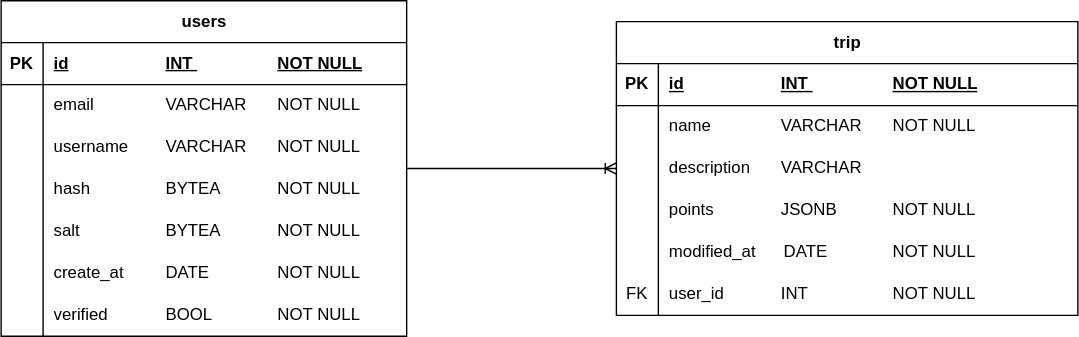
Optimize-The-Drive/Docs keeps this draw.io diagram as OTD_Schema.drawio.svg. Above is the earlier version. Source tidied: cells renumbered, new cells last; positions are measured from the earlier drawing's top-left corner, leaving out a move shared by most shapes.
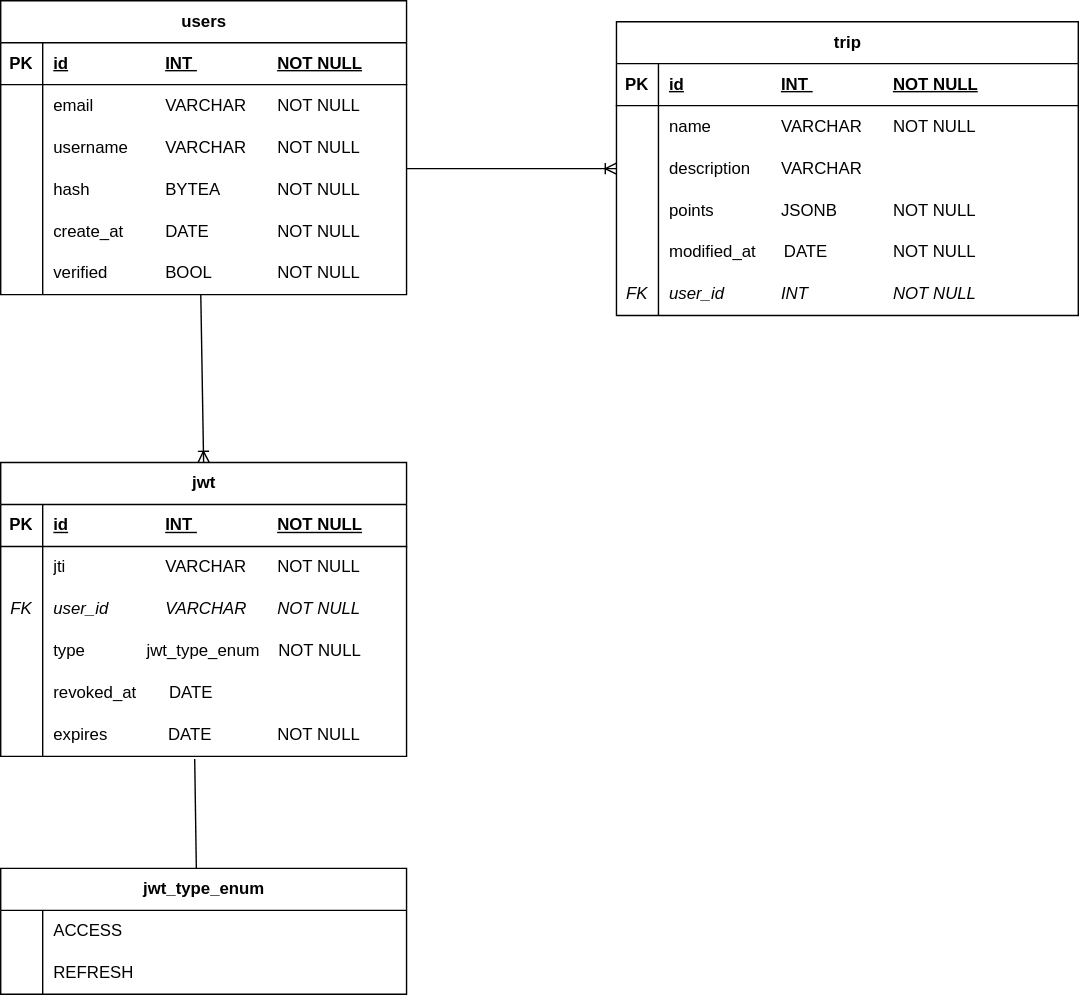
The same diagram one commit later.

Commit message:
Added jwt schema

What changed in the source:
```diff
@@ -3,7 +3,7 @@
     <mxCell id="0" />
     <mxCell id="1" parent="0" />
     <mxCell id="2" value="users" style="shape=table;startSize=30;rowLines=0;fontStyle=1;align=center;html=1;" parent="1" vertex="1">
-      <mxGeometry width="290" height="240" as="geometry" />
+      <mxGeometry width="290" height="210" as="geometry" />
     </mxCell>
     <mxCell id="3" style="shape=tableRow;horizontal=0;startSize=0;swimlaneHead=0;swimlaneBody=0;fillColor=none;top=0;left=0;right=0;bottom=1;" parent="2" vertex="1">
       <mxGeometry y="30" width="290" height="30" as="geometry" />
@@ -41,17 +41,8 @@
     <mxCell id="14" value="hash&lt;span style=&quot;white-space: pre;&quot;&gt;&#9;&lt;/span&gt;&lt;span style=&quot;white-space: pre;&quot;&gt;&#9;&lt;/span&gt;BYTEA&amp;nbsp;&lt;span style=&quot;white-space: pre;&quot;&gt;&#9;&lt;/span&gt;&lt;span style=&quot;white-space: pre;&quot;&gt;&#9;&lt;/span&gt;NOT NULL" style="shape=partialRectangle;fillColor=none;top=0;left=0;bottom=0;right=0;align=left;spacingLeft=6;overflow=hidden;whiteSpace=wrap;html=1;" parent="12" vertex="1">
       <mxGeometry x="30" width="260" height="30" as="geometry" />
     </mxCell>
-    <mxCell id="15" style="shape=tableRow;horizontal=0;startSize=0;swimlaneHead=0;swimlaneBody=0;fillColor=none;top=0;left=0;right=0;bottom=0;" parent="2" vertex="1">
-      <mxGeometry y="150" width="290" height="30" as="geometry" />
-    </mxCell>
-    <mxCell id="16" style="shape=partialRectangle;fillColor=none;top=0;left=0;bottom=0;right=0;overflow=hidden;whiteSpace=wrap;html=1;" parent="15" vertex="1">
-      <mxGeometry width="30" height="30" as="geometry" />
-    </mxCell>
-    <mxCell id="17" value="salt&lt;span style=&quot;white-space: pre;&quot;&gt;&#9;&lt;/span&gt;&lt;span style=&quot;white-space: pre;&quot;&gt;&#9;&lt;/span&gt;&lt;span style=&quot;white-space: pre;&quot;&gt;&#9;&lt;/span&gt;BYTEA&amp;nbsp;&lt;span style=&quot;white-space: pre;&quot;&gt;&#9;&lt;/span&gt;&lt;span style=&quot;white-space: pre;&quot;&gt;&#9;&lt;/span&gt;NOT NULL" style="shape=partialRectangle;fillColor=none;top=0;left=0;bottom=0;right=0;align=left;spacingLeft=6;overflow=hidden;whiteSpace=wrap;html=1;" parent="15" vertex="1">
-      <mxGeometry x="30" width="260" height="30" as="geometry" />
-    </mxCell>
     <mxCell id="18" style="shape=tableRow;horizontal=0;startSize=0;swimlaneHead=0;swimlaneBody=0;fillColor=none;top=0;left=0;right=0;bottom=0;" parent="2" vertex="1">
-      <mxGeometry y="180" width="290" height="30" as="geometry" />
+      <mxGeometry y="150" width="290" height="30" as="geometry" />
     </mxCell>
     <mxCell id="19" style="shape=partialRectangle;fillColor=none;top=0;left=0;bottom=0;right=0;overflow=hidden;whiteSpace=wrap;html=1;" parent="18" vertex="1">
       <mxGeometry width="30" height="30" as="geometry" />
@@ -60,7 +51,7 @@
       <mxGeometry x="30" width="260" height="30" as="geometry" />
     </mxCell>
     <mxCell id="21" style="shape=tableRow;horizontal=0;startSize=0;swimlaneHead=0;swimlaneBody=0;fillColor=none;points=[[0,0.5],[1,0.5]];portConstraint=eastwest;top=0;left=0;right=0;bottom=0;" parent="2" vertex="1">
-      <mxGeometry y="210" width="290" height="30" as="geometry" />
+      <mxGeometry y="180" width="290" height="30" as="geometry" />
     </mxCell>
     <mxCell id="22" style="shape=partialRectangle;fillColor=none;top=0;left=0;bottom=0;right=0;overflow=hidden;whiteSpace=wrap;html=1;" parent="21" vertex="1">
       <mxGeometry width="30" height="30" as="geometry" />
@@ -119,10 +110,10 @@
     <mxCell id="40" style="shape=tableRow;horizontal=0;startSize=0;swimlaneHead=0;swimlaneBody=0;fillColor=none;top=0;left=0;right=0;bottom=0;" parent="24" vertex="1">
       <mxGeometry y="180" width="330" height="30" as="geometry" />
     </mxCell>
-    <mxCell id="41" value="FK" style="shape=partialRectangle;fillColor=none;top=0;left=0;bottom=0;right=0;overflow=hidden;whiteSpace=wrap;html=1;" parent="40" vertex="1">
+    <mxCell id="41" value="&lt;i&gt;FK&lt;/i&gt;" style="shape=partialRectangle;fillColor=none;top=0;left=0;bottom=0;right=0;overflow=hidden;whiteSpace=wrap;html=1;" parent="40" vertex="1">
       <mxGeometry width="30" height="30" as="geometry" />
     </mxCell>
-    <mxCell id="42" value="user_id&lt;span style=&quot;white-space: pre;&quot;&gt;&#9;&lt;/span&gt;&lt;span style=&quot;white-space: pre;&quot;&gt;&#9;&lt;/span&gt;INT&lt;span style=&quot;white-space: pre;&quot;&gt;&#9;&lt;/span&gt;&lt;span style=&quot;white-space: pre;&quot;&gt;&#9;&lt;/span&gt;&lt;span style=&quot;white-space: pre;&quot;&gt;&#9;&lt;/span&gt;NOT NULL" style="shape=partialRectangle;fillColor=none;top=0;left=0;bottom=0;right=0;align=left;spacingLeft=6;overflow=hidden;whiteSpace=wrap;html=1;" parent="40" vertex="1">
+    <mxCell id="42" value="&lt;i&gt;user_id&lt;span style=&quot;white-space: pre;&quot;&gt;&#9;&lt;/span&gt;&lt;span style=&quot;white-space: pre;&quot;&gt;&#9;&lt;/span&gt;INT&lt;span style=&quot;white-space: pre;&quot;&gt;&#9;&lt;/span&gt;&lt;span style=&quot;white-space: pre;&quot;&gt;&#9;&lt;/span&gt;&lt;span style=&quot;white-space: pre;&quot;&gt;&#9;&lt;/span&gt;NOT NULL&lt;/i&gt;" style="shape=partialRectangle;fillColor=none;top=0;left=0;bottom=0;right=0;align=left;spacingLeft=6;overflow=hidden;whiteSpace=wrap;html=1;" parent="40" vertex="1">
       <mxGeometry x="30" width="300" height="30" as="geometry" />
     </mxCell>
     <mxCell id="43" style="edgeStyle=entityRelationEdgeStyle;fontSize=12;html=1;endArrow=ERoneToMany;rounded=0;exitX=0.993;exitY=-0.018;exitDx=0;exitDy=0;exitPerimeter=0;entryX=0;entryY=0.5;entryDx=0;entryDy=0;" parent="1" edge="1" target="31">
@@ -134,5 +125,89 @@
         </Array>
       </mxGeometry>
     </mxCell>
+    <mxCell id="44" value="jwt" style="shape=table;startSize=30;rowLines=0;fontStyle=1;align=center;html=1;" parent="1" vertex="1">
+      <mxGeometry y="330" width="290" height="210" as="geometry" />
+    </mxCell>
+    <mxCell id="45" style="shape=tableRow;horizontal=0;startSize=0;swimlaneHead=0;swimlaneBody=0;fillColor=none;top=0;left=0;right=0;bottom=1;" parent="44" vertex="1">
+      <mxGeometry y="30" width="290" height="30" as="geometry" />
+    </mxCell>
+    <mxCell id="46" value="PK" style="shape=partialRectangle;fillColor=none;top=0;left=0;bottom=0;right=0;fontStyle=1;overflow=hidden;whiteSpace=wrap;html=1;" parent="45" vertex="1">
+      <mxGeometry width="30" height="30" as="geometry" />
+    </mxCell>
+    <mxCell id="47" value="id&lt;span style=&quot;white-space: pre;&quot;&gt;&#9;&lt;span style=&quot;white-space: pre;&quot;&gt;&#9;&lt;/span&gt;&lt;span style=&quot;white-space: pre;&quot;&gt;&#9;&lt;/span&gt;&lt;/span&gt;INT&amp;nbsp;&lt;span style=&quot;white-space: pre;&quot;&gt;&#9;&lt;/span&gt;&lt;span style=&quot;white-space: pre;&quot;&gt;&#9;&lt;/span&gt;&lt;span style=&quot;white-space: pre;&quot;&gt;&#9;&lt;/span&gt;NOT NULL" style="shape=partialRectangle;fillColor=none;top=0;left=0;bottom=0;right=0;align=left;spacingLeft=6;fontStyle=5;overflow=hidden;whiteSpace=wrap;html=1;" parent="45" vertex="1">
+      <mxGeometry x="30" width="260" height="30" as="geometry" />
+    </mxCell>
+    <mxCell id="48" style="shape=tableRow;horizontal=0;startSize=0;swimlaneHead=0;swimlaneBody=0;fillColor=none;top=0;left=0;right=0;bottom=0;" parent="44" vertex="1">
+      <mxGeometry y="60" width="290" height="30" as="geometry" />
+    </mxCell>
+    <mxCell id="49" style="shape=partialRectangle;fillColor=none;top=0;left=0;bottom=0;right=0;overflow=hidden;whiteSpace=wrap;html=1;" parent="48" vertex="1">
+      <mxGeometry width="30" height="30" as="geometry" />
+    </mxCell>
+    <mxCell id="50" value="jti &lt;span style=&quot;white-space: pre;&quot;&gt;&#9;&lt;/span&gt;&lt;span style=&quot;white-space: pre;&quot;&gt;&#9;&lt;/span&gt;&lt;span style=&quot;white-space: pre;&quot;&gt;&#9;&lt;/span&gt;VARCHAR&lt;span style=&quot;white-space: pre;&quot;&gt;&#9;&lt;/span&gt;NOT NULL" style="shape=partialRectangle;fillColor=none;top=0;left=0;bottom=0;right=0;align=left;spacingLeft=6;overflow=hidden;whiteSpace=wrap;html=1;" parent="48" vertex="1">
+      <mxGeometry x="30" width="260" height="30" as="geometry" />
+    </mxCell>
+    <mxCell id="51" style="shape=tableRow;horizontal=0;startSize=0;swimlaneHead=0;swimlaneBody=0;fillColor=none;top=0;left=0;right=0;bottom=0;" parent="44" vertex="1">
+      <mxGeometry y="90" width="290" height="30" as="geometry" />
+    </mxCell>
+    <mxCell id="52" value="&lt;i&gt;FK&lt;/i&gt;" style="shape=partialRectangle;fillColor=none;top=0;left=0;bottom=0;right=0;overflow=hidden;whiteSpace=wrap;html=1;" parent="51" vertex="1">
+      <mxGeometry width="30" height="30" as="geometry" />
+    </mxCell>
+    <mxCell id="53" value="&lt;i&gt;user_id&amp;nbsp;&lt;span style=&quot;white-space: pre;&quot;&gt;&#9;&lt;/span&gt;&lt;span style=&quot;white-space: pre;&quot;&gt;&#9;&lt;/span&gt;VARCHAR&lt;span style=&quot;white-space: pre;&quot;&gt;&#9;&lt;/span&gt;NOT NULL&lt;/i&gt;" style="shape=partialRectangle;fillColor=none;top=0;left=0;bottom=0;right=0;align=left;spacingLeft=6;overflow=hidden;whiteSpace=wrap;html=1;" parent="51" vertex="1">
+      <mxGeometry x="30" width="260" height="30" as="geometry" />
+    </mxCell>
+    <mxCell id="54" style="shape=tableRow;horizontal=0;startSize=0;swimlaneHead=0;swimlaneBody=0;fillColor=none;top=0;left=0;right=0;bottom=0;" parent="44" vertex="1">
+      <mxGeometry y="120" width="290" height="30" as="geometry" />
+    </mxCell>
+    <mxCell id="55" style="shape=partialRectangle;fillColor=none;top=0;left=0;bottom=0;right=0;overflow=hidden;whiteSpace=wrap;html=1;" parent="54" vertex="1">
+      <mxGeometry width="30" height="30" as="geometry" />
+    </mxCell>
+    <mxCell id="56" value="type&lt;span style=&quot;white-space: pre;&quot;&gt;&#9;&lt;/span&gt;&lt;span style=&quot;white-space: pre;&quot;&gt;&#9;&lt;/span&gt;&amp;nbsp; &amp;nbsp; jwt_type_enum&amp;nbsp; &amp;nbsp; NOT NULL" style="shape=partialRectangle;fillColor=none;top=0;left=0;bottom=0;right=0;align=left;spacingLeft=6;overflow=hidden;whiteSpace=wrap;html=1;" parent="54" vertex="1">
+      <mxGeometry x="30" width="260" height="30" as="geometry" />
+    </mxCell>
+    <mxCell id="15" style="shape=tableRow;horizontal=0;startSize=0;swimlaneHead=0;swimlaneBody=0;fillColor=none;top=0;left=0;right=0;bottom=0;" parent="44" vertex="1">
+      <mxGeometry y="150" width="290" height="30" as="geometry" />
+    </mxCell>
+    <mxCell id="57" style="shape=partialRectangle;fillColor=none;top=0;left=0;bottom=0;right=0;overflow=hidden;whiteSpace=wrap;html=1;" parent="15" vertex="1">
+      <mxGeometry width="30" height="30" as="geometry" />
+    </mxCell>
+    <mxCell id="58" value="revoked_at&amp;nbsp; &amp;nbsp; &amp;nbsp; &amp;nbsp;DATE&amp;nbsp;&lt;span style=&quot;white-space: pre;&quot;&gt;&#9;&lt;/span&gt;" style="shape=partialRectangle;fillColor=none;top=0;left=0;bottom=0;right=0;align=left;spacingLeft=6;overflow=hidden;whiteSpace=wrap;html=1;" parent="15" vertex="1">
+      <mxGeometry x="30" width="260" height="30" as="geometry" />
+    </mxCell>
+    <mxCell id="59" style="shape=tableRow;horizontal=0;startSize=0;swimlaneHead=0;swimlaneBody=0;fillColor=none;points=[[0,0.5],[1,0.5]];portConstraint=eastwest;top=0;left=0;right=0;bottom=0;" parent="44" vertex="1">
+      <mxGeometry y="180" width="290" height="30" as="geometry" />
+    </mxCell>
+    <mxCell id="60" style="shape=partialRectangle;fillColor=none;top=0;left=0;bottom=0;right=0;overflow=hidden;whiteSpace=wrap;html=1;" parent="59" vertex="1">
+      <mxGeometry width="30" height="30" as="geometry" />
+    </mxCell>
+    <mxCell id="61" value="expires&amp;nbsp; &amp;nbsp; &amp;nbsp; &amp;nbsp; &amp;nbsp; &amp;nbsp; &amp;nbsp;DATE&lt;span style=&quot;white-space: pre;&quot;&gt;&#9;&lt;/span&gt;&lt;span style=&quot;white-space: pre;&quot;&gt;&#9;&lt;/span&gt;NOT NULL" style="shape=partialRectangle;fillColor=none;top=0;left=0;bottom=0;right=0;align=left;spacingLeft=6;overflow=hidden;whiteSpace=wrap;html=1;" parent="59" vertex="1">
+      <mxGeometry x="30" width="260" height="30" as="geometry" />
+    </mxCell>
+    <mxCell id="62" style="endArrow=none;html=1;rounded=0;entryX=0.493;entryY=1.006;entryDx=0;entryDy=0;entryPerimeter=0;exitX=0.5;exitY=0;exitDx=0;exitDy=0;startArrow=ERoneToMany;startFill=0;" parent="1" edge="1" source="44" target="21">
+      <mxGeometry relative="1" as="geometry" />
+    </mxCell>
+    <mxCell id="63" value="jwt_type_enum" style="shape=table;startSize=30;rowLines=0;fontStyle=1;align=center;html=1;" parent="1" vertex="1">
+      <mxGeometry y="620" width="290" height="90" as="geometry" />
+    </mxCell>
+    <mxCell id="64" style="shape=tableRow;horizontal=0;startSize=0;swimlaneHead=0;swimlaneBody=0;fillColor=none;top=0;left=0;right=0;bottom=0;" parent="63" vertex="1">
+      <mxGeometry y="30" width="290" height="30" as="geometry" />
+    </mxCell>
+    <mxCell id="65" style="shape=partialRectangle;fillColor=none;top=0;left=0;bottom=0;right=0;overflow=hidden;whiteSpace=wrap;html=1;" parent="64" vertex="1">
+      <mxGeometry width="30" height="30" as="geometry" />
+    </mxCell>
+    <mxCell id="66" value="ACCESS" style="shape=partialRectangle;fillColor=none;top=0;left=0;bottom=0;right=0;align=left;spacingLeft=6;overflow=hidden;whiteSpace=wrap;html=1;" parent="64" vertex="1">
+      <mxGeometry x="30" width="260" height="30" as="geometry" />
+    </mxCell>
+    <mxCell id="67" style="shape=tableRow;horizontal=0;startSize=0;swimlaneHead=0;swimlaneBody=0;fillColor=none;top=0;left=0;right=0;bottom=0;" parent="63" vertex="1">
+      <mxGeometry y="60" width="290" height="30" as="geometry" />
+    </mxCell>
+    <mxCell id="68" style="shape=partialRectangle;fillColor=none;top=0;left=0;bottom=0;right=0;overflow=hidden;whiteSpace=wrap;html=1;" parent="67" vertex="1">
+      <mxGeometry width="30" height="30" as="geometry" />
+    </mxCell>
+    <mxCell id="69" value="REFRESH" style="shape=partialRectangle;fillColor=none;top=0;left=0;bottom=0;right=0;align=left;spacingLeft=6;overflow=hidden;whiteSpace=wrap;html=1;" parent="67" vertex="1">
+      <mxGeometry x="30" width="260" height="30" as="geometry" />
+    </mxCell>
+    <mxCell id="70" style="endArrow=none;html=1;rounded=0;entryX=0.482;entryY=0;entryDx=0;entryDy=0;entryPerimeter=0;exitX=0.478;exitY=1.061;exitDx=0;exitDy=0;exitPerimeter=0;" parent="1" edge="1" source="59" target="63">
+      <mxGeometry relative="1" as="geometry" />
+    </mxCell>
   </root>
 </mxGraphModel>
```
